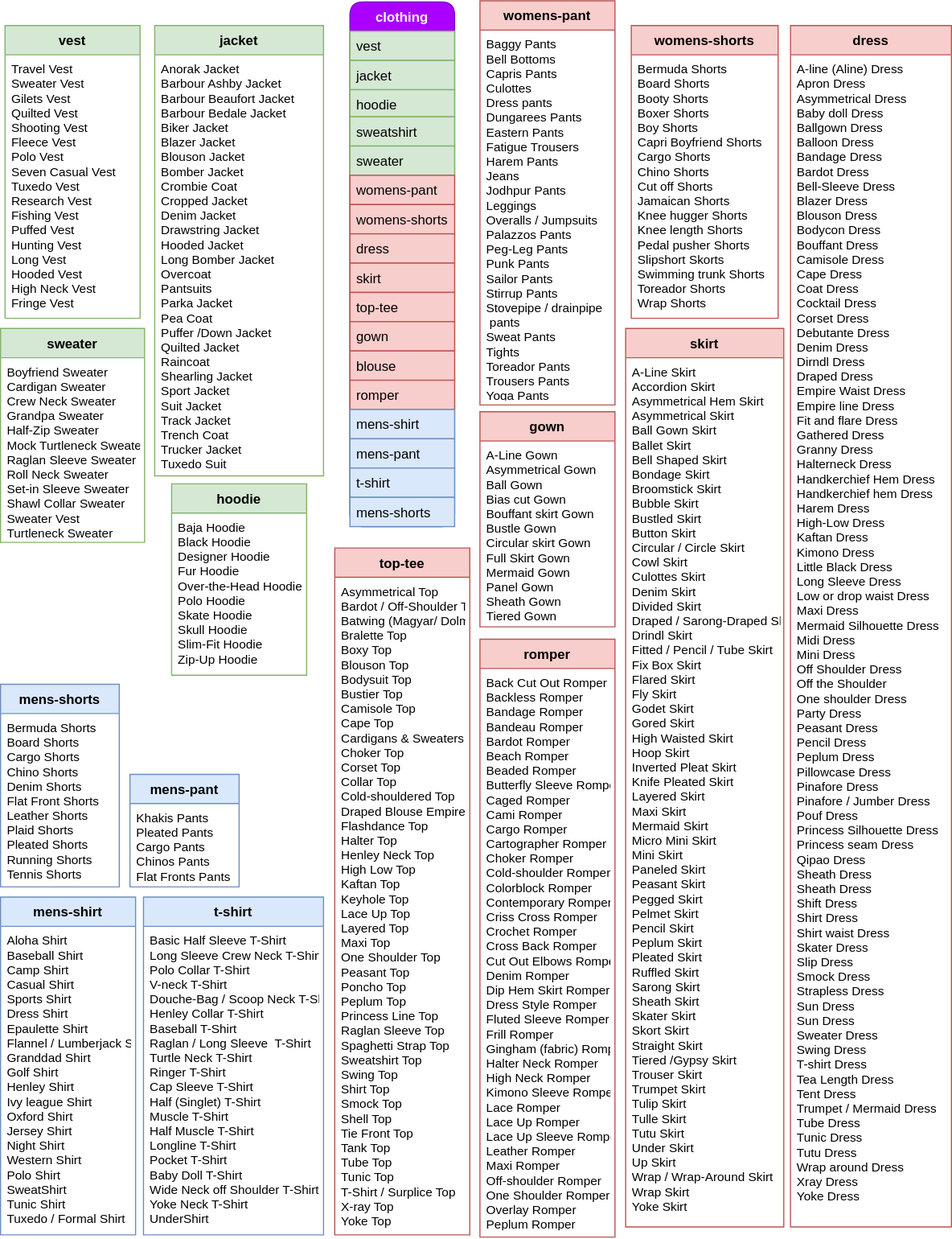
Above: figures/clothing_classes.svg in morawi/ddoif (draw.io), before the change. Source tidied: cells renumbered, new cells last; positions are measured from the earlier drawing's top-left corner, leaving out a move shared by most shapes.
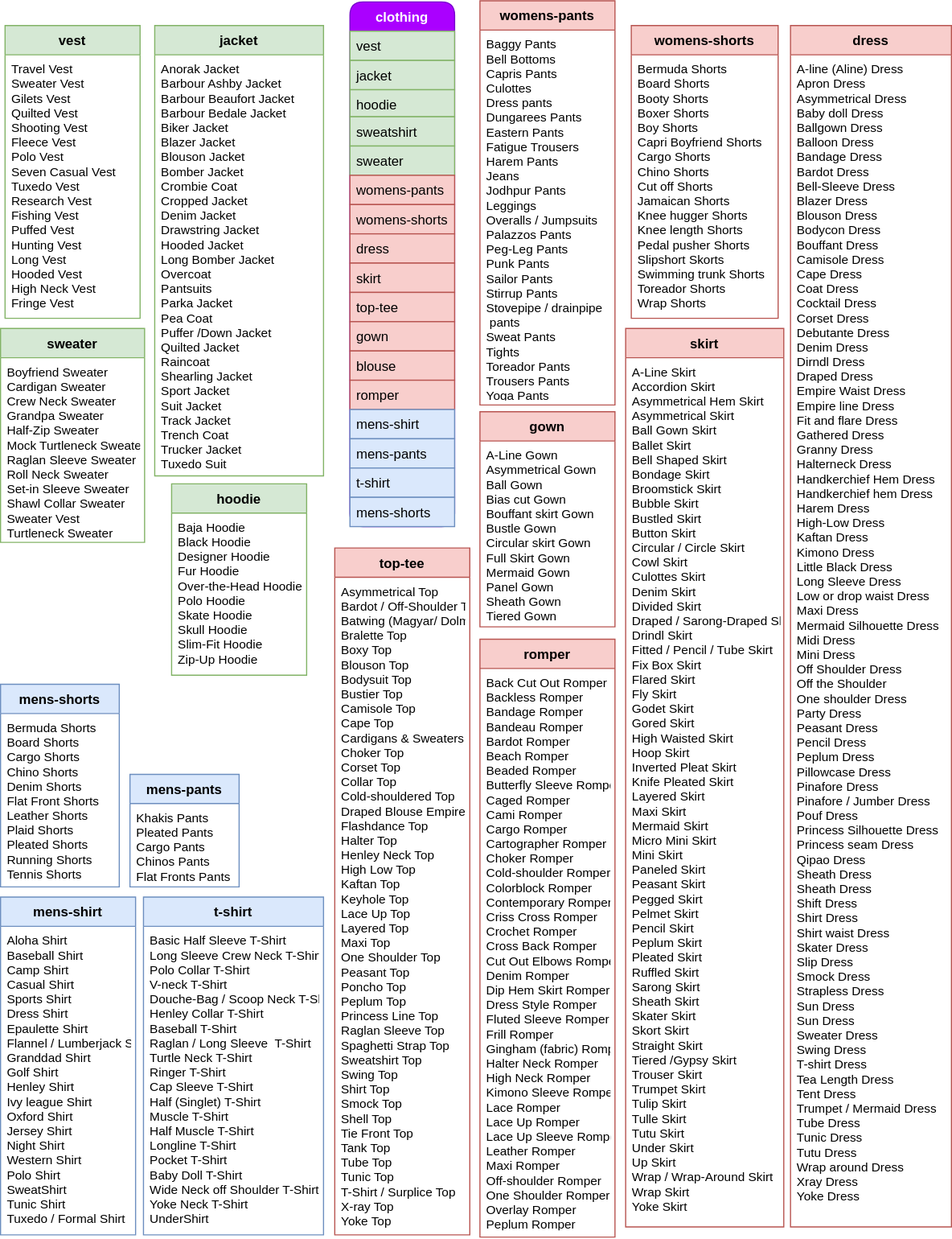
After the commit.

Commit message:
Corrected pants

Diff of the diagram source:
```diff
@@ -20,7 +20,7 @@
     <mxCell id="7" value="Basic Half Sleeve T-Shirt&#10;Long Sleeve Crew Neck T-Shirt&#10;Polo Collar T-Shirt&#10;V-neck T-Shirt&#10;Douche-Bag / Scoop Neck T-Shirt&#10;Henley Collar T-Shirt&#10;Baseball T-Shirt&#10;Raglan / Long Sleeve  T-Shirt&#10;Turtle Neck T-Shirt&#10;Ringer T-Shirt&#10;Cap Sleeve T-Shirt&#10;Half (Singlet) T-Shirt&#10;Muscle T-Shirt&#10;Half Muscle T-Shirt&#10;Longline T-Shirt&#10;Pocket T-Shirt&#10;Baby Doll T-Shirt&#10;Wide Neck off Shoulder T-Shirt&#10;Yoke Neck T-Shirt&#10;UnderShirt" style="text;align=left;verticalAlign=top;spacingLeft=4;spacingRight=4;overflow=hidden;fontSize=11;" parent="6" vertex="1">
       <mxGeometry y="26" width="160" height="274" as="geometry" />
     </mxCell>
-    <mxCell id="8" value="mens-pant" style="swimlane;fontStyle=1;align=center;verticalAlign=top;horizontal=1;startSize=26;rounded=0;shadow=0;strokeWidth=1;swimlaneFillColor=#ffffff;fillColor=#dae8fc;strokeColor=#6c8ebf;" parent="1" vertex="1">
+    <mxCell id="8" value="mens-pants" style="swimlane;fontStyle=1;align=center;verticalAlign=top;horizontal=1;startSize=26;rounded=0;shadow=0;strokeWidth=1;swimlaneFillColor=#ffffff;fillColor=#dae8fc;strokeColor=#6c8ebf;" parent="1" vertex="1">
       <mxGeometry x="115" y="687" width="97" height="100" as="geometry" />
     </mxCell>
     <mxCell id="9" value="Khakis Pants&#10;Pleated Pants&#10;Cargo Pants&#10;Chinos Pants&#10;Flat Fronts Pants" style="text;align=left;verticalAlign=top;spacingLeft=4;spacingRight=4;overflow=hidden;fontSize=11;" parent="8" vertex="1">
@@ -38,7 +38,7 @@
     <mxCell id="13" value="Asymmetrical Top&#10;Bardot / Off-Shoulder Top&#10;Batwing (Magyar/ Dolman) Top&#10;Bralette Top&#10;Boxy Top&#10;Blouson Top&#10;Bodysuit Top&#10;Bustier Top&#10;Camisole Top&#10;Cape Top&#10;Cardigans &amp; Sweaters Crop Top&#10;Choker Top&#10;Corset Top&#10;Collar Top&#10;Cold-shouldered Top&#10;Draped Blouse Empire Line Top&#10;Flashdance Top&#10;Halter Top&#10;Henley Neck Top&#10;High Low Top&#10;Kaftan Top&#10;Keyhole Top&#10;Lace Up Top&#10;Layered Top&#10;Maxi Top&#10;One Shoulder Top&#10;Peasant Top&#10;Poncho Top&#10;Peplum Top&#10;Princess Line Top&#10;Raglan Sleeve Top&#10;Spaghetti Strap Top&#10;Sweatshirt Top&#10;Swing Top&#10;Shirt Top&#10;Smock Top&#10;Shell Top&#10;Tie Front Top&#10;Tank Top&#10;Tube Top&#10;Tunic Top&#10;T-Shirt / Surplice Top&#10;X-ray Top&#10;Yoke Top" style="text;align=left;verticalAlign=top;spacingLeft=4;spacingRight=4;overflow=hidden;fontSize=11;" parent="12" vertex="1">
       <mxGeometry y="26" width="120" height="584" as="geometry" />
     </mxCell>
-    <mxCell id="14" value="womens-pant" style="swimlane;fontStyle=1;align=center;verticalAlign=top;horizontal=1;startSize=26;rounded=0;shadow=0;strokeWidth=1;swimlaneFillColor=#ffffff;fillColor=#f8cecc;strokeColor=#b85450;" parent="1" vertex="1">
+    <mxCell id="14" value="womens-pants" style="swimlane;fontStyle=1;align=center;verticalAlign=top;horizontal=1;startSize=26;rounded=0;shadow=0;strokeWidth=1;swimlaneFillColor=#ffffff;fillColor=#f8cecc;strokeColor=#b85450;" parent="1" vertex="1">
       <mxGeometry x="426" width="120" height="359" as="geometry" />
     </mxCell>
     <mxCell id="15" value="Baggy Pants&#10;Bell Bottoms&#10;Capris Pants&#10;Culottes&#10;Dress pants&#10;Dungarees Pants&#10;Eastern Pants&#10;Fatigue Trousers&#10;Harem Pants&#10;Jeans&#10;Jodhpur Pants&#10;Leggings&#10;Overalls / Jumpsuits&#10;Palazzos Pants&#10;Peg-Leg Pants&#10;Punk Pants&#10;Sailor Pants&#10;Stirrup Pants&#10;Stovepipe / drainpipe&#10; pants &#10;Sweat Pants&#10;Tights&#10;Toreador Pants&#10;Trousers Pants&#10;Yoga Pants" style="text;align=left;verticalAlign=top;spacingLeft=4;spacingRight=4;overflow=hidden;fontSize=11;" parent="14" vertex="1">
@@ -68,7 +68,7 @@
     <mxCell id="23" value="sweater" style="text;align=left;verticalAlign=top;spacingLeft=4;spacingRight=4;overflow=hidden;fillColor=#d5e8d4;strokeColor=#82b366;" parent="18" vertex="1">
       <mxGeometry y="128" width="93" height="26" as="geometry" />
     </mxCell>
-    <mxCell id="24" value="womens-pant" style="text;align=left;verticalAlign=top;spacingLeft=4;spacingRight=4;overflow=hidden;fillColor=#f8cecc;strokeColor=#b85450;" parent="18" vertex="1">
+    <mxCell id="24" value="womens-pants" style="text;align=left;verticalAlign=top;spacingLeft=4;spacingRight=4;overflow=hidden;fillColor=#f8cecc;strokeColor=#b85450;" parent="18" vertex="1">
       <mxGeometry y="154" width="93" height="26" as="geometry" />
     </mxCell>
     <mxCell id="25" value="womens-shorts" style="text;align=left;verticalAlign=top;spacingLeft=4;spacingRight=4;overflow=hidden;fillColor=#f8cecc;strokeColor=#b85450;" parent="18" vertex="1">
@@ -95,7 +95,7 @@
     <mxCell id="32" value="mens-shirt" style="text;align=left;verticalAlign=top;spacingLeft=4;spacingRight=4;overflow=hidden;fillColor=#dae8fc;strokeColor=#6c8ebf;" parent="18" vertex="1">
       <mxGeometry y="362" width="93" height="26" as="geometry" />
     </mxCell>
-    <mxCell id="33" value="mens-pant" style="text;align=left;verticalAlign=top;spacingLeft=4;spacingRight=4;overflow=hidden;fillColor=#dae8fc;strokeColor=#6c8ebf;" parent="18" vertex="1">
+    <mxCell id="33" value="mens-pants" style="text;align=left;verticalAlign=top;spacingLeft=4;spacingRight=4;overflow=hidden;fillColor=#dae8fc;strokeColor=#6c8ebf;" parent="18" vertex="1">
       <mxGeometry y="388" width="93" height="26" as="geometry" />
     </mxCell>
     <mxCell id="34" value="t-shirt" style="text;align=left;verticalAlign=top;spacingLeft=4;spacingRight=4;overflow=hidden;fillColor=#dae8fc;strokeColor=#6c8ebf;" parent="18" vertex="1">
```
